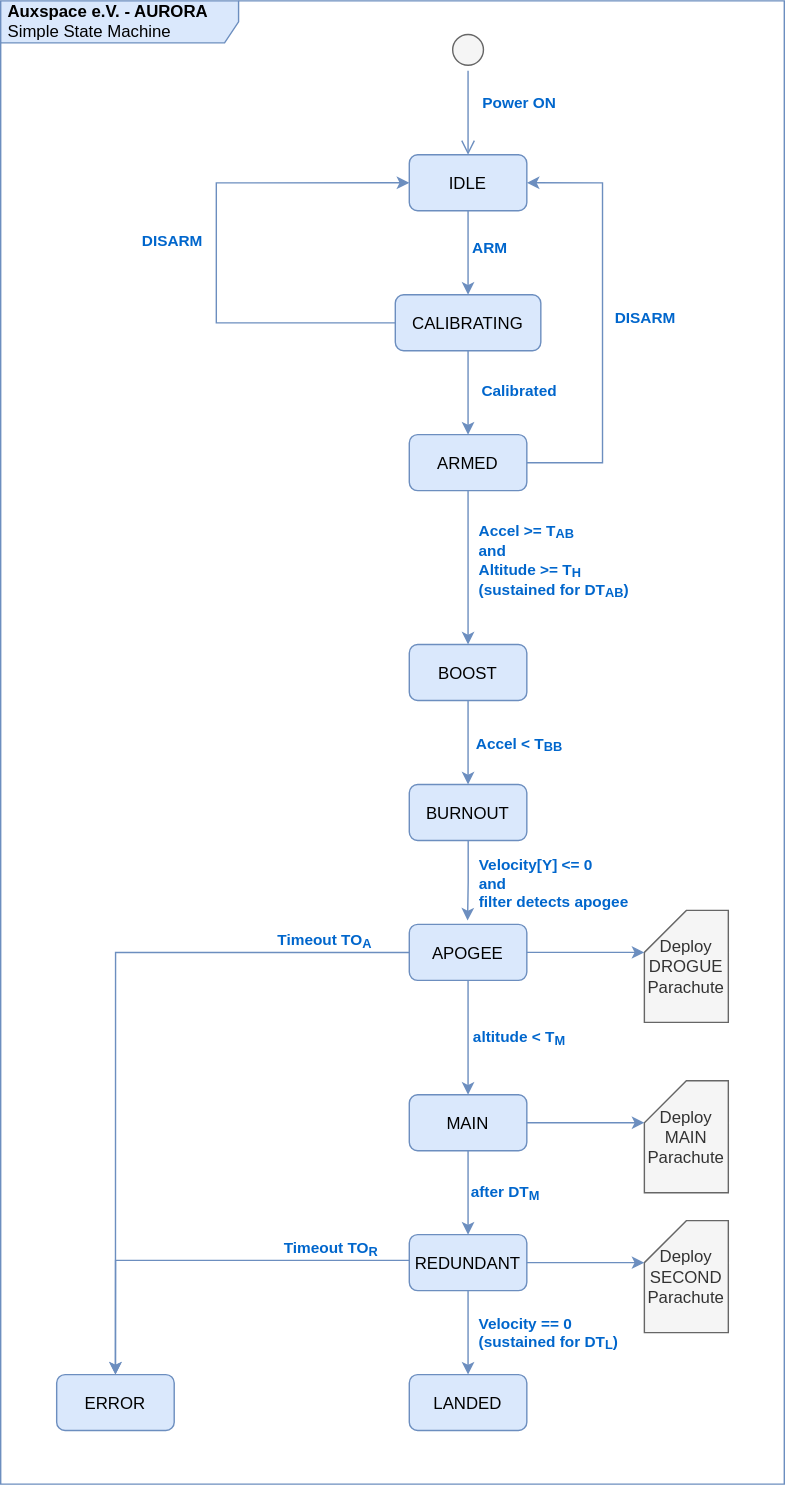
This is doc/img/aurora_simple_state_machine.drawio.svg from AUXSPACEeV/aurora, a draw.io export, as it was before one commit. Source tidied: cells renumbered, new cells last; positions are measured from the earlier drawing's top-left corner, leaving out a move shared by most shapes.
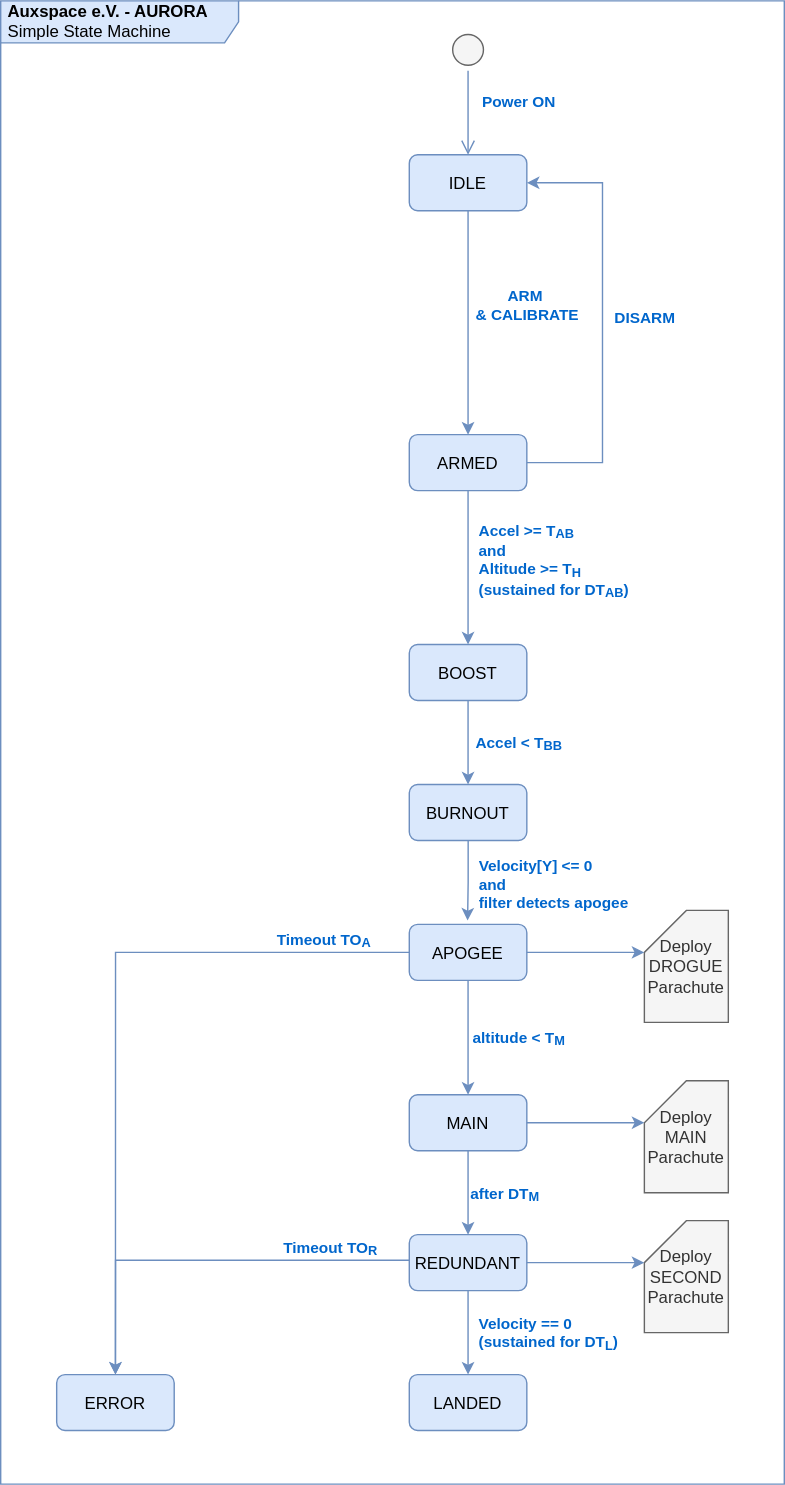
The same diagram one commit later.

Change to the diagram source:
```diff
@@ -15,12 +15,12 @@
         <mxPoint x="36" as="offset" />
       </mxGeometry>
     </mxCell>
-    <mxCell id="5" style="edgeStyle=orthogonalEdgeStyle;rounded=0;jettySize=auto;html=1;entryX=0.5;entryY=0;entryDx=0;entryDy=0;convertToSvg=1;labelBackgroundColor=none;fillColor=#dae8fc;strokeColor=#6c8ebf;" parent="1" edge="1" source="7" target="41">
+    <mxCell id="5" style="edgeStyle=orthogonalEdgeStyle;rounded=0;jettySize=auto;html=1;entryX=0.5;entryY=0;entryDx=0;entryDy=0;convertToSvg=1;labelBackgroundColor=none;fillColor=#dae8fc;strokeColor=#6c8ebf;" parent="1" edge="1" source="7" target="12">
       <mxGeometry relative="1" as="geometry" />
     </mxCell>
-    <mxCell id="6" value="ARM" style="edgeLabel;html=1;align=center;verticalAlign=middle;labelBackgroundColor=none;convertToSvg=1;fontColor=#0066CC;fontStyle=1;" parent="5" vertex="1">
+    <mxCell id="6" value="ARM&amp;nbsp;&lt;div&gt;&lt;font style=&quot;color: rgb(0, 102, 204);&quot;&gt;&amp;amp; CALIBRATE&lt;/font&gt;&lt;/div&gt;" style="edgeLabel;html=1;align=center;verticalAlign=middle;labelBackgroundColor=none;convertToSvg=1;fontColor=#0066CC;fontStyle=1;" parent="5" vertex="1">
       <mxGeometry x="-0.17" y="2" relative="1" as="geometry">
-        <mxPoint x="13" as="offset" />
+        <mxPoint x="40" as="offset" />
       </mxGeometry>
     </mxCell>
     <mxCell id="7" value="IDLE" style="rounded=1;whiteSpace=wrap;html=1;fillColor=#dae8fc;strokeColor=#6c8ebf;convertToSvg=1;labelBackgroundColor=none;" parent="1" vertex="1">
@@ -158,29 +158,5 @@
     <mxCell id="40" value="ERROR" style="rounded=1;whiteSpace=wrap;html=1;fillColor=#dae8fc;strokeColor=#6c8ebf;convertToSvg=1;labelBackgroundColor=none;" parent="1" vertex="1">
       <mxGeometry x="40" y="981.7" width="84" height="40" as="geometry" />
     </mxCell>
-    <mxCell id="41" value="CALIBRATING" style="rounded=1;whiteSpace=wrap;html=1;fillColor=#dae8fc;strokeColor=#6c8ebf;convertToSvg=1;labelBackgroundColor=none;" parent="1" vertex="1">
-      <mxGeometry x="282" y="210" width="104" height="40" as="geometry" />
-    </mxCell>
-    <mxCell id="42" style="edgeStyle=orthogonalEdgeStyle;rounded=0;jettySize=auto;html=1;entryX=0.5;entryY=0;entryDx=0;entryDy=0;convertToSvg=1;labelBackgroundColor=none;fillColor=#dae8fc;strokeColor=#6c8ebf;" parent="1" edge="1" source="41" target="12">
-      <mxGeometry relative="1" as="geometry" />
-    </mxCell>
-    <mxCell id="43" value="Calibrated" style="edgeLabel;html=1;align=center;verticalAlign=middle;labelBackgroundColor=none;convertToSvg=1;fontColor=#0066CC;fontStyle=1;" parent="42" vertex="1">
-      <mxGeometry x="-0.1" relative="1" as="geometry">
-        <mxPoint x="36" as="offset" />
-      </mxGeometry>
-    </mxCell>
-    <mxCell id="44" style="edgeStyle=orthogonalEdgeStyle;rounded=0;jettySize=auto;html=1;entryX=0;entryY=0.5;entryDx=0;entryDy=0;convertToSvg=1;labelBackgroundColor=none;fillColor=#dae8fc;strokeColor=#6c8ebf;" parent="1" edge="1" source="41" target="7">
-      <mxGeometry relative="1" as="geometry">
-        <Array as="points">
-          <mxPoint x="154" y="230" />
-          <mxPoint x="154" y="130" />
-        </Array>
-      </mxGeometry>
-    </mxCell>
-    <mxCell id="45" value="DISARM" style="edgeLabel;html=1;align=center;verticalAlign=middle;labelBackgroundColor=none;convertToSvg=1;fontColor=#0066CC;fontStyle=1;" parent="44" vertex="1">
-      <mxGeometry y="1" relative="1" as="geometry">
-        <mxPoint x="-31" y="-4" as="offset" />
-      </mxGeometry>
-    </mxCell>
   </root>
 </mxGraphModel>
```
